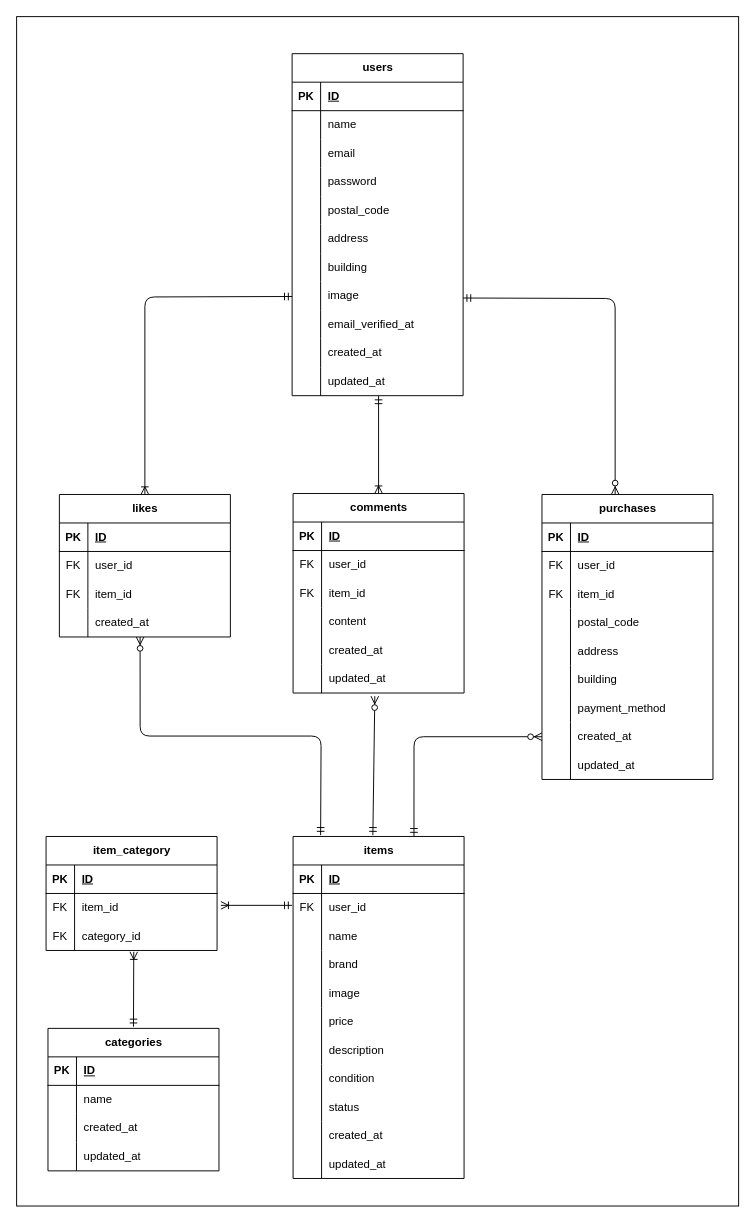
Earlier version of the draw.io diagram src/app/docs/er.drawio (ami-takaoka/flea-market-app). Source tidied: cells renumbered, new cells numbered last; positions are measured from the earlier drawing's top-left corner, leaving out a move shared by most shapes. Both pictures are drawn from the tidied source at 95%, with x=0, y=0 at pixel (16, 16).
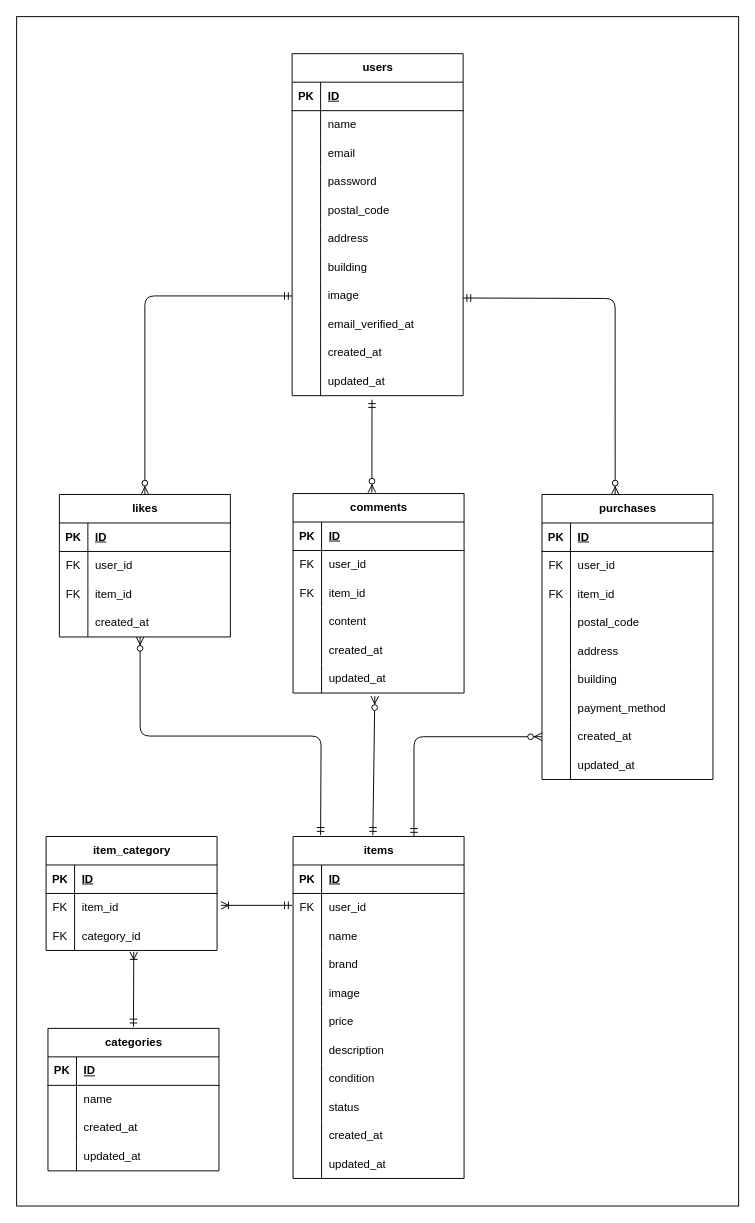
The same page after the edit.

Unchanged cells that the change refers to:
```xml
<mxCell id="3" style="group;" parent="1" vertex="1">
  <mxGeometry x="31" y="39" width="702" height="1182" as="geometry" />
</mxCell>
<mxCell id="85" value="likes" style="shape=table;startSize=30;childLayout=tableLayout;rowLines=0;fontStyle=1;align=center;html=1;" parent="3" vertex="1">
  <mxGeometry x="14" y="464" width="180" height="150" as="geometry" />
</mxCell>
<mxCell id="151" style="shape=tableRow;horizontal=0;startSize=0;swimlaneHead=0;swimlaneBody=0;fillColor=none;points=[[0,0.5],[1,0.5]];portConstraint=eastwest;top=0;left=0;right=0;bottom=0;" parent="129" vertex="1">
  <mxGeometry y="240" width="180" height="30" as="geometry" />
</mxCell>
<mxCell id="160" style="shape=tableRow;horizontal=0;startSize=0;swimlaneHead=0;swimlaneBody=0;fillColor=none;points=[[0,0.5],[1,0.5]];portConstraint=eastwest;top=0;left=0;right=0;bottom=0;" parent="129" vertex="1">
  <mxGeometry y="330" width="180" height="30" as="geometry" />
</mxCell>
```

The edit, as a diff of the source:
```diff
@@
-    <mxCell id="125" style="fontSize=12;html=1;endArrow=ERoneToMany;startArrow=ERmandOne;" parent="3" edge="1">
-      <mxGeometry relative="1" as="geometry">
-        <mxPoint x="350" y="360.4" as="sourcePoint" />
-        <mxPoint x="350" y="463" as="targetPoint" />
-      </mxGeometry>
-    </mxCell>
-    <mxCell id="126" style="edgeStyle=orthogonalEdgeStyle;fontSize=12;html=1;endArrow=ERoneToMany;startArrow=ERmandOne;entryX=0.5;entryY=0;entryDx=0;entryDy=0;exitX=0;exitY=0.767;exitDx=0;exitDy=0;exitPerimeter=0;" parent="3" edge="1" target="85">
-      <mxGeometry relative="1" as="geometry">
-        <mxPoint x="259" y="255.6" as="sourcePoint" />
-      </mxGeometry>
-    </mxCell>
@@
+    <mxCell id="163" style="fontSize=12;html=1;endArrow=ERzeroToMany;startArrow=ERmandOne;exitX=0;exitY=0.5;exitDx=0;exitDy=0;entryX=0.5;entryY=0;entryDx=0;entryDy=0;edgeStyle=orthogonalEdgeStyle;" parent="3" edge="1" source="151" target="85">
+      <mxGeometry relative="1" as="geometry" />
+    </mxCell>
+    <mxCell id="164" style="fontSize=12;html=1;endArrow=ERzeroToMany;startArrow=ERmandOne;exitX=0.467;exitY=1.144;exitDx=0;exitDy=0;exitPerimeter=0;" parent="1" edge="1" source="160">
+      <mxGeometry relative="1" as="geometry">
+        <mxPoint x="374" y="501" as="targetPoint" />
+      </mxGeometry>
+    </mxCell>
```
